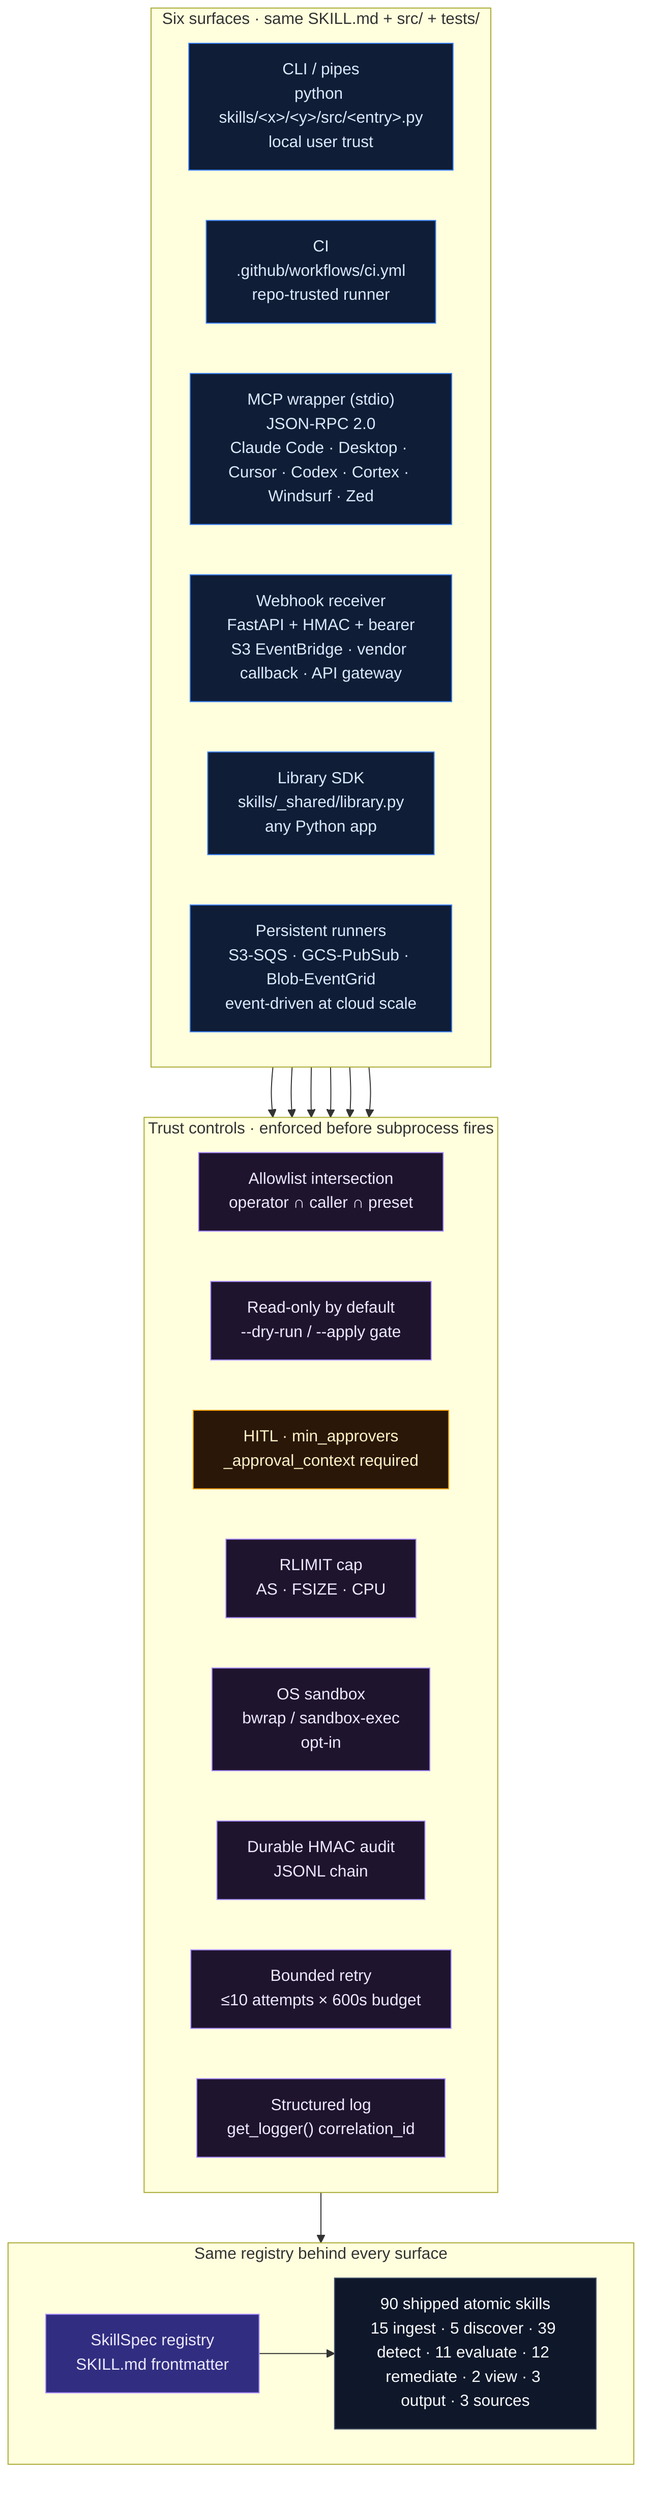
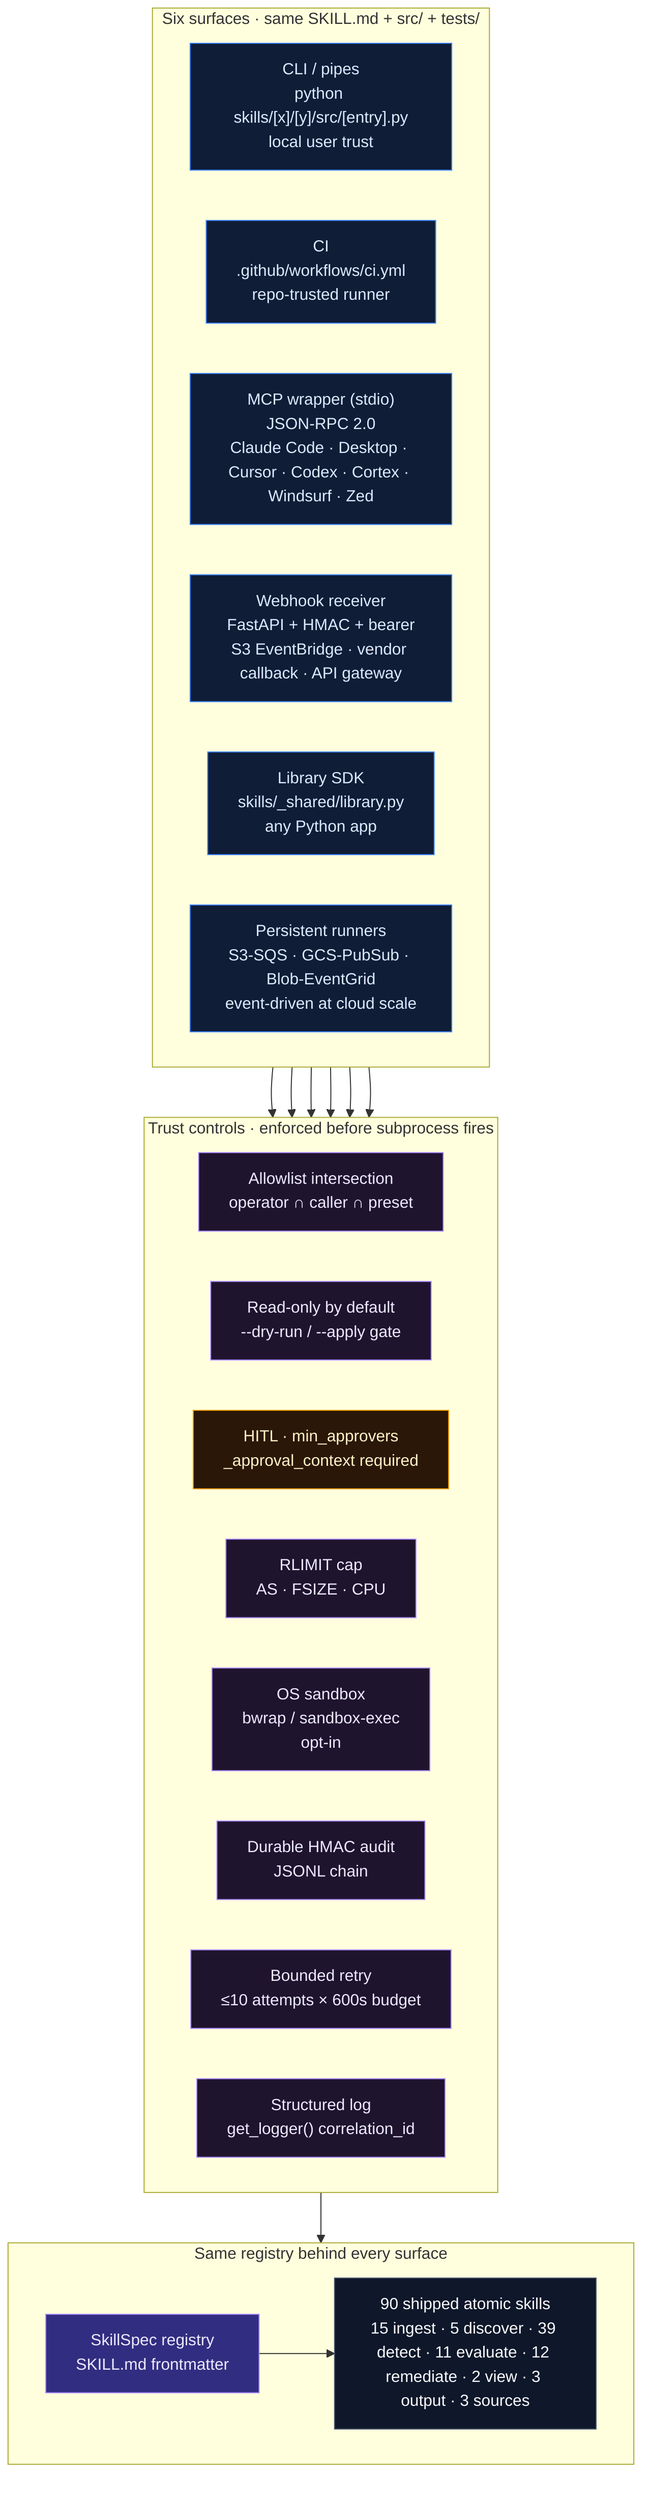
%% Surface comparison — six shipped surfaces with the same skill bundle
%% behind every one. Each surface adds its own transport + auth +
%% guardrail layer; every column converges at the SkillSpec registry
%% and the 90 atomic skills below it.
flowchart TD
  classDef surface fill:#0f1d36,stroke:#3b82f6,color:#dbeafe
  classDef control fill:#1f142e,stroke:#a78bfa,color:#ede9fe
  classDef registry fill:#312e81,stroke:#a78bfa,color:#ede9fe
  classDef skills fill:#0f172a,stroke:#475569,color:#f8fafc
  classDef gate fill:#2a1708,stroke:#f59e0b,color:#fef3c7

  subgraph SURFACES["Six surfaces · same SKILL.md + src/ + tests/"]
    direction LR
-     cli["CLI / pipes<br/>python skills/&lt;x&gt;/&lt;y&gt;/src/&lt;entry&gt;.py<br/>local user trust"]:::surface
+     cli["CLI / pipes<br/>python skills/[x]/[y]/src/[entry].py<br/>local user trust"]:::surface
    ci["CI<br/>.github/workflows/ci.yml<br/>repo-trusted runner"]:::surface
    mcp["MCP wrapper (stdio)<br/>JSON-RPC 2.0<br/>Claude Code · Desktop · Cursor · Codex · Cortex · Windsurf · Zed"]:::surface
    web["Webhook receiver<br/>FastAPI + HMAC + bearer<br/>S3 EventBridge · vendor callback · API gateway"]:::surface
    lib["Library SDK<br/>skills/_shared/library.py<br/>any Python app"]:::surface
    runners["Persistent runners<br/>S3-SQS · GCS-PubSub · Blob-EventGrid<br/>event-driven at cloud scale"]:::surface
  end

  subgraph CONTROLS["Trust controls · enforced before subprocess fires"]
    direction LR
    allow["Allowlist intersection<br/>operator ∩ caller ∩ preset"]:::control
    safewrite["Read-only by default<br/>--dry-run / --apply gate"]:::control
    hitl["HITL · min_approvers<br/>_approval_context required"]:::gate
    rlimit["RLIMIT cap<br/>AS · FSIZE · CPU"]:::control
    sandbox["OS sandbox<br/>bwrap / sandbox-exec<br/>opt-in"]:::control
    audit["Durable HMAC audit<br/>JSONL chain"]:::control
    retry["Bounded retry<br/>≤10 attempts × 600s budget"]:::control
    log["Structured log<br/>get_logger() correlation_id"]:::control
  end

  subgraph CORE["Same registry behind every surface"]
    direction LR
    registry["SkillSpec registry<br/>SKILL.md frontmatter"]:::registry
    skills79["90 shipped atomic skills<br/>15 ingest · 5 discover · 39 detect · 11 evaluate · 12 remediate · 2 view · 3 output · 3 sources"]:::skills
  end

  cli --> CONTROLS
  ci --> CONTROLS
  mcp --> CONTROLS
  web --> CONTROLS
  lib --> CONTROLS
  runners --> CONTROLS

  CONTROLS --> registry
  registry --> skills79
